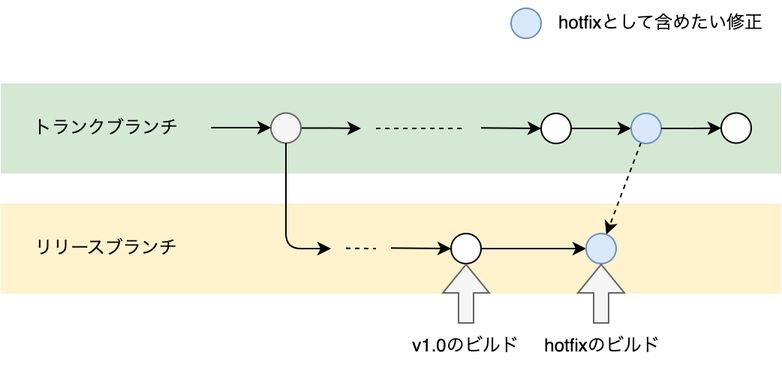
Earlier version of the draw.io export images/mobile-trunk-based-release-strategy/trunk-based-hotfix-release.png (shotaIDE/zenn). Source tidied: cells renumbered, new cells last; positions are measured from the earlier drawing's top-left corner, leaving out a move shared by most shapes. The source it was exported from:
```xml
<mxGraphModel>
  <root>
    <mxCell id="0" />
    <mxCell id="1" parent="0" />
    <mxCell id="2" style="rounded=0;whiteSpace=wrap;html=1;fillColor=#fff2cc;strokeColor=none;" parent="1" vertex="1">
      <mxGeometry y="135" width="520" height="60" as="geometry" />
    </mxCell>
    <mxCell id="3" style="rounded=0;whiteSpace=wrap;html=1;fillColor=#d5e8d4;strokeColor=none;" parent="1" vertex="1">
      <mxGeometry y="55" width="520" height="60" as="geometry" />
    </mxCell>
    <mxCell id="4" style="edgeStyle=orthogonalEdgeStyle;rounded=0;jettySize=auto;html=1;entryX=0;entryY=0.5;entryDx=0;entryDy=0;" parent="1" edge="1" source="5">
      <mxGeometry relative="1" as="geometry">
        <mxPoint x="240" y="85" as="targetPoint" />
      </mxGeometry>
    </mxCell>
    <mxCell id="5" style="ellipse;whiteSpace=wrap;html=1;fillColor=#f5f5f5;fontColor=#333333;strokeColor=#666666;" parent="1" vertex="1">
      <mxGeometry x="180" y="74.8" width="20" height="20" as="geometry" />
    </mxCell>
    <mxCell id="6" value="トランクブランチ" style="text;html=1;strokeColor=none;fillColor=none;align=center;verticalAlign=middle;whiteSpace=wrap;rounded=0;" parent="1" vertex="1">
      <mxGeometry x="14.5" y="73.8" width="111" height="22.5" as="geometry" />
    </mxCell>
    <mxCell id="7" value="リリースブランチ" style="text;html=1;strokeColor=none;fillColor=none;align=center;verticalAlign=middle;whiteSpace=wrap;rounded=0;" parent="1" vertex="1">
      <mxGeometry x="19.5" y="155" width="101" height="20" as="geometry" />
    </mxCell>
    <mxCell id="8" style="edgeStyle=orthogonalEdgeStyle;rounded=0;orthogonalLoop=1;jettySize=auto;html=1;" parent="1" edge="1">
      <mxGeometry relative="1" as="geometry">
        <mxPoint x="140" y="84.5" as="sourcePoint" />
        <mxPoint x="180" y="84.5" as="targetPoint" />
        <Array as="points">
          <mxPoint x="150" y="84.5" />
          <mxPoint x="150" y="84.5" />
        </Array>
      </mxGeometry>
    </mxCell>
    <mxCell id="9" style="edgeStyle=orthogonalEdgeStyle;rounded=0;jettySize=auto;html=1;entryX=0;entryY=0.5;entryDx=0;entryDy=0;" parent="1" edge="1" source="10" target="12">
      <mxGeometry relative="1" as="geometry" />
    </mxCell>
    <mxCell id="10" style="ellipse;whiteSpace=wrap;html=1;" parent="1" vertex="1">
      <mxGeometry x="360" y="75" width="20" height="20" as="geometry" />
    </mxCell>
    <mxCell id="11" style="rounded=0;jettySize=auto;html=1;dashed=1;" parent="1" edge="1" source="12" target="17">
      <mxGeometry relative="1" as="geometry" />
    </mxCell>
    <mxCell id="12" style="ellipse;whiteSpace=wrap;html=1;fillColor=#dae8fc;strokeColor=#6c8ebf;" parent="1" vertex="1">
      <mxGeometry x="420" y="75" width="20" height="20" as="geometry" />
    </mxCell>
    <mxCell id="13" style="ellipse;whiteSpace=wrap;html=1;" parent="1" vertex="1">
      <mxGeometry x="480" y="74.8" width="20" height="20" as="geometry" />
    </mxCell>
    <mxCell id="14" style="edgeStyle=orthogonalEdgeStyle;rounded=0;jettySize=auto;html=1;entryX=0;entryY=0.5;entryDx=0;entryDy=0;" parent="1" edge="1" source="12" target="13">
      <mxGeometry relative="1" as="geometry" />
    </mxCell>
    <mxCell id="15" style="edgeStyle=orthogonalEdgeStyle;rounded=0;jettySize=auto;html=1;" parent="1" edge="1" source="16" target="17">
      <mxGeometry relative="1" as="geometry" />
    </mxCell>
    <mxCell id="16" style="ellipse;whiteSpace=wrap;html=1;" parent="1" vertex="1">
      <mxGeometry x="300" y="155" width="20" height="20" as="geometry" />
    </mxCell>
    <mxCell id="17" style="ellipse;whiteSpace=wrap;html=1;fillColor=#dae8fc;strokeColor=#6c8ebf;" parent="1" vertex="1">
      <mxGeometry x="390" y="155" width="20" height="20" as="geometry" />
    </mxCell>
    <mxCell id="18" style="ellipse;whiteSpace=wrap;html=1;fillColor=#dae8fc;strokeColor=#6c8ebf;" parent="1" vertex="1">
      <mxGeometry x="340" y="5" width="20" height="20" as="geometry" />
    </mxCell>
    <mxCell id="19" value="hotfixとして含めたい修正" style="text;html=1;align=center;verticalAlign=middle;whiteSpace=wrap;rounded=0;" parent="1" vertex="1">
      <mxGeometry x="360" width="160" height="30" as="geometry" />
    </mxCell>
    <mxCell id="20" style="shape=flexArrow;endArrow=classic;html=1;rounded=0;fillColor=#f5f5f5;strokeColor=#666666;" parent="1" edge="1">
      <mxGeometry relative="1" as="geometry">
        <mxPoint x="310" y="215" as="sourcePoint" />
        <mxPoint x="310" y="175" as="targetPoint" />
      </mxGeometry>
    </mxCell>
    <mxCell id="21" value="v1.0のビルド" style="text;html=1;align=center;verticalAlign=middle;whiteSpace=wrap;rounded=0;fontFamily=Helvetica;fontSize=12;fontColor=default;" parent="1" vertex="1">
      <mxGeometry x="265" y="215" width="90" height="30" as="geometry" />
    </mxCell>
    <mxCell id="22" style="shape=flexArrow;endArrow=classic;html=1;rounded=0;fillColor=#f5f5f5;strokeColor=#666666;" parent="1" edge="1">
      <mxGeometry relative="1" as="geometry">
        <mxPoint x="400" y="215" as="sourcePoint" />
        <mxPoint x="400" y="175" as="targetPoint" />
      </mxGeometry>
    </mxCell>
    <mxCell id="23" value="hotfixのビルド" style="text;html=1;align=center;verticalAlign=middle;whiteSpace=wrap;rounded=0;fontFamily=Helvetica;fontSize=12;fontColor=default;" parent="1" vertex="1">
      <mxGeometry x="351" y="215" width="100" height="30" as="geometry" />
    </mxCell>
    <mxCell id="24" style="endArrow=none;html=1;rounded=0;dashed=1;endFill=0;" parent="1" edge="1">
      <mxGeometry relative="1" as="geometry">
        <mxPoint x="250" y="85" as="sourcePoint" />
        <mxPoint x="310" y="85" as="targetPoint" />
      </mxGeometry>
    </mxCell>
    <mxCell id="25" style="endArrow=classic;html=1;rounded=0;entryX=0;entryY=0.5;entryDx=0;entryDy=0;" parent="1" edge="1" target="10">
      <mxGeometry relative="1" as="geometry">
        <mxPoint x="320" y="84.6" as="sourcePoint" />
      </mxGeometry>
    </mxCell>
    <mxCell id="26" style="endArrow=none;html=1;rounded=0;dashed=1;endFill=0;" parent="1" edge="1">
      <mxGeometry relative="1" as="geometry">
        <mxPoint x="230" y="164.8" as="sourcePoint" />
        <mxPoint x="250" y="165" as="targetPoint" />
      </mxGeometry>
    </mxCell>
    <mxCell id="27" style="edgeStyle=orthogonalEdgeStyle;rounded=1;jettySize=auto;html=1;curved=0;" parent="1" edge="1" source="5">
      <mxGeometry relative="1" as="geometry">
        <mxPoint x="220" y="165" as="targetPoint" />
        <Array as="points">
          <mxPoint x="190" y="165" />
          <mxPoint x="210" y="165" />
        </Array>
      </mxGeometry>
    </mxCell>
    <mxCell id="28" style="endArrow=classic;html=1;rounded=0;entryX=0;entryY=0.5;entryDx=0;entryDy=0;" parent="1" edge="1" target="16">
      <mxGeometry relative="1" as="geometry">
        <mxPoint x="260" y="164.6" as="sourcePoint" />
      </mxGeometry>
    </mxCell>
  </root>
</mxGraphModel>
```
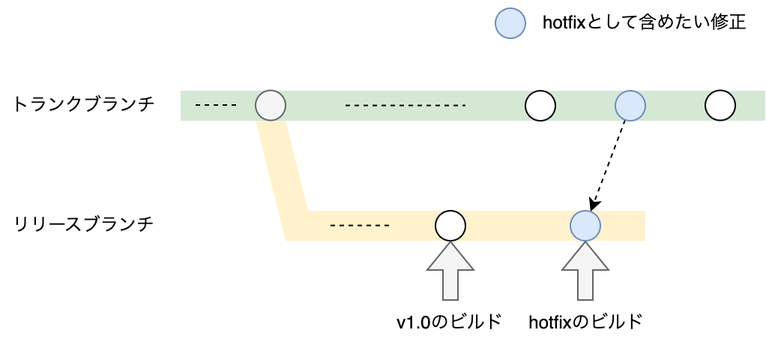
Later version of the same file.

What changed in the source:
```diff
@@ -2,117 +2,86 @@
   <root>
     <mxCell id="0" />
     <mxCell id="1" parent="0" />
-    <mxCell id="2" style="rounded=0;whiteSpace=wrap;html=1;fillColor=#fff2cc;strokeColor=none;" parent="1" vertex="1">
-      <mxGeometry y="135" width="520" height="60" as="geometry" />
+    <mxCell id="2" style="group;" parent="1" vertex="1">
+      <mxGeometry x="180" y="94.8" width="260" height="80.2" as="geometry" />
     </mxCell>
-    <mxCell id="3" style="rounded=0;whiteSpace=wrap;html=1;fillColor=#d5e8d4;strokeColor=none;" parent="1" vertex="1">
-      <mxGeometry y="55" width="520" height="60" as="geometry" />
+    <mxCell id="3" style="rounded=0;whiteSpace=wrap;html=1;fillColor=#fff2cc;strokeColor=none;" parent="2" vertex="1">
+      <mxGeometry x="30" y="60.2" width="230" height="20" as="geometry" />
     </mxCell>
-    <mxCell id="4" style="edgeStyle=orthogonalEdgeStyle;rounded=0;jettySize=auto;html=1;entryX=0;entryY=0.5;entryDx=0;entryDy=0;" parent="1" edge="1" source="5">
-      <mxGeometry relative="1" as="geometry">
-        <mxPoint x="240" y="85" as="targetPoint" />
-      </mxGeometry>
+    <mxCell id="4" style="shape=parallelogram;perimeter=parallelogramPerimeter;whiteSpace=wrap;html=1;fixedSize=1;fillColor=#fff2cc;strokeColor=none;flipH=1;" parent="2" vertex="1">
+      <mxGeometry width="40" height="80.2" as="geometry" />
     </mxCell>
-    <mxCell id="5" style="ellipse;whiteSpace=wrap;html=1;fillColor=#f5f5f5;fontColor=#333333;strokeColor=#666666;" parent="1" vertex="1">
-      <mxGeometry x="180" y="74.8" width="20" height="20" as="geometry" />
+    <mxCell id="5" style="rounded=0;whiteSpace=wrap;html=1;fillColor=#d5e8d4;strokeColor=none;" parent="1" vertex="1">
+      <mxGeometry x="130" y="75" width="390" height="20" as="geometry" />
     </mxCell>
-    <mxCell id="6" value="トランクブランチ" style="text;html=1;strokeColor=none;fillColor=none;align=center;verticalAlign=middle;whiteSpace=wrap;rounded=0;" parent="1" vertex="1">
-      <mxGeometry x="14.5" y="73.8" width="111" height="22.5" as="geometry" />
+    <mxCell id="6" style="ellipse;whiteSpace=wrap;html=1;fillColor=#f5f5f5;fontColor=#333333;strokeColor=#666666;" parent="1" vertex="1">
+      <mxGeometry x="180" y="74.8" width="20" height="20" as="geometry" />
     </mxCell>
-    <mxCell id="7" value="リリースブランチ" style="text;html=1;strokeColor=none;fillColor=none;align=center;verticalAlign=middle;whiteSpace=wrap;rounded=0;" parent="1" vertex="1">
-      <mxGeometry x="19.5" y="155" width="101" height="20" as="geometry" />
+    <mxCell id="7" value="トランクブランチ" style="text;html=1;strokeColor=none;fillColor=none;align=center;verticalAlign=middle;whiteSpace=wrap;rounded=0;" parent="1" vertex="1">
+      <mxGeometry x="9.5" y="73.8" width="111" height="22.5" as="geometry" />
     </mxCell>
-    <mxCell id="8" style="edgeStyle=orthogonalEdgeStyle;rounded=0;orthogonalLoop=1;jettySize=auto;html=1;" parent="1" edge="1">
-      <mxGeometry relative="1" as="geometry">
-        <mxPoint x="140" y="84.5" as="sourcePoint" />
-        <mxPoint x="180" y="84.5" as="targetPoint" />
-        <Array as="points">
-          <mxPoint x="150" y="84.5" />
-          <mxPoint x="150" y="84.5" />
-        </Array>
-      </mxGeometry>
+    <mxCell id="8" value="リリースブランチ" style="text;html=1;strokeColor=none;fillColor=none;align=center;verticalAlign=middle;whiteSpace=wrap;rounded=0;" parent="1" vertex="1">
+      <mxGeometry x="14.5" y="155" width="101" height="20" as="geometry" />
     </mxCell>
-    <mxCell id="9" style="edgeStyle=orthogonalEdgeStyle;rounded=0;jettySize=auto;html=1;entryX=0;entryY=0.5;entryDx=0;entryDy=0;" parent="1" edge="1" source="10" target="12">
-      <mxGeometry relative="1" as="geometry" />
+    <mxCell id="9" style="ellipse;whiteSpace=wrap;html=1;" parent="1" vertex="1">
+      <mxGeometry x="360" y="75" width="20" height="20" as="geometry" />
     </mxCell>
-    <mxCell id="10" style="ellipse;whiteSpace=wrap;html=1;" parent="1" vertex="1">
-      <mxGeometry x="360" y="75" width="20" height="20" as="geometry" />
+    <mxCell id="10" style="rounded=0;jettySize=auto;html=1;dashed=1;" parent="1" edge="1" source="11" target="14">
+      <mxGeometry relative="1" as="geometry" />
     </mxCell>
-    <mxCell id="11" style="rounded=0;jettySize=auto;html=1;dashed=1;" parent="1" edge="1" source="12" target="17">
-      <mxGeometry relative="1" as="geometry" />
+    <mxCell id="11" style="ellipse;whiteSpace=wrap;html=1;fillColor=#dae8fc;strokeColor=#6c8ebf;" parent="1" vertex="1">
+      <mxGeometry x="420" y="75" width="20" height="20" as="geometry" />
     </mxCell>
-    <mxCell id="12" style="ellipse;whiteSpace=wrap;html=1;fillColor=#dae8fc;strokeColor=#6c8ebf;" parent="1" vertex="1">
-      <mxGeometry x="420" y="75" width="20" height="20" as="geometry" />
+    <mxCell id="12" style="ellipse;whiteSpace=wrap;html=1;" parent="1" vertex="1">
+      <mxGeometry x="480" y="74.8" width="20" height="20" as="geometry" />
     </mxCell>
     <mxCell id="13" style="ellipse;whiteSpace=wrap;html=1;" parent="1" vertex="1">
-      <mxGeometry x="480" y="74.8" width="20" height="20" as="geometry" />
+      <mxGeometry x="300" y="155" width="20" height="20" as="geometry" />
     </mxCell>
-    <mxCell id="14" style="edgeStyle=orthogonalEdgeStyle;rounded=0;jettySize=auto;html=1;entryX=0;entryY=0.5;entryDx=0;entryDy=0;" parent="1" edge="1" source="12" target="13">
-      <mxGeometry relative="1" as="geometry" />
+    <mxCell id="14" style="ellipse;whiteSpace=wrap;html=1;fillColor=#dae8fc;strokeColor=#6c8ebf;" parent="1" vertex="1">
+      <mxGeometry x="390" y="155" width="20" height="20" as="geometry" />
     </mxCell>
-    <mxCell id="15" style="edgeStyle=orthogonalEdgeStyle;rounded=0;jettySize=auto;html=1;" parent="1" edge="1" source="16" target="17">
-      <mxGeometry relative="1" as="geometry" />
+    <mxCell id="15" style="ellipse;whiteSpace=wrap;html=1;fillColor=#dae8fc;strokeColor=#6c8ebf;" parent="1" vertex="1">
+      <mxGeometry x="340" y="20" width="20" height="20" as="geometry" />
     </mxCell>
-    <mxCell id="16" style="ellipse;whiteSpace=wrap;html=1;" parent="1" vertex="1">
-      <mxGeometry x="300" y="155" width="20" height="20" as="geometry" />
+    <mxCell id="16" value="hotfixとして含めたい修正" style="text;html=1;align=center;verticalAlign=middle;whiteSpace=wrap;rounded=0;" parent="1" vertex="1">
+      <mxGeometry x="360" y="15" width="160" height="30" as="geometry" />
     </mxCell>
-    <mxCell id="17" style="ellipse;whiteSpace=wrap;html=1;fillColor=#dae8fc;strokeColor=#6c8ebf;" parent="1" vertex="1">
-      <mxGeometry x="390" y="155" width="20" height="20" as="geometry" />
+    <mxCell id="17" style="shape=flexArrow;endArrow=classic;html=1;rounded=0;fillColor=#f5f5f5;strokeColor=#666666;" parent="1" edge="1">
+      <mxGeometry relative="1" as="geometry">
+        <mxPoint x="310" y="215" as="sourcePoint" />
+        <mxPoint x="310" y="175" as="targetPoint" />
+      </mxGeometry>
     </mxCell>
-    <mxCell id="18" style="ellipse;whiteSpace=wrap;html=1;fillColor=#dae8fc;strokeColor=#6c8ebf;" parent="1" vertex="1">
-      <mxGeometry x="340" y="5" width="20" height="20" as="geometry" />
+    <mxCell id="18" value="v1.0のビルド" style="text;html=1;align=center;verticalAlign=middle;whiteSpace=wrap;rounded=0;fontFamily=Helvetica;fontSize=12;fontColor=default;" parent="1" vertex="1">
+      <mxGeometry x="265" y="215" width="90" height="30" as="geometry" />
     </mxCell>
-    <mxCell id="19" value="hotfixとして含めたい修正" style="text;html=1;align=center;verticalAlign=middle;whiteSpace=wrap;rounded=0;" parent="1" vertex="1">
-      <mxGeometry x="360" width="160" height="30" as="geometry" />
+    <mxCell id="19" style="shape=flexArrow;endArrow=classic;html=1;rounded=0;fillColor=#f5f5f5;strokeColor=#666666;" parent="1" edge="1">
+      <mxGeometry relative="1" as="geometry">
+        <mxPoint x="400" y="215" as="sourcePoint" />
+        <mxPoint x="400" y="175" as="targetPoint" />
+      </mxGeometry>
     </mxCell>
-    <mxCell id="20" style="shape=flexArrow;endArrow=classic;html=1;rounded=0;fillColor=#f5f5f5;strokeColor=#666666;" parent="1" edge="1">
-      <mxGeometry relative="1" as="geometry">
-        <mxPoint x="310" y="215" as="sourcePoint" />
-        <mxPoint x="310" y="175" as="targetPoint" />
-      </mxGeometry>
+    <mxCell id="20" value="hotfixのビルド" style="text;html=1;align=center;verticalAlign=middle;whiteSpace=wrap;rounded=0;fontFamily=Helvetica;fontSize=12;fontColor=default;" parent="1" vertex="1">
+      <mxGeometry x="351" y="215" width="100" height="30" as="geometry" />
     </mxCell>
-    <mxCell id="21" value="v1.0のビルド" style="text;html=1;align=center;verticalAlign=middle;whiteSpace=wrap;rounded=0;fontFamily=Helvetica;fontSize=12;fontColor=default;" parent="1" vertex="1">
-      <mxGeometry x="265" y="215" width="90" height="30" as="geometry" />
+    <mxCell id="21" style="endArrow=none;html=1;rounded=0;dashed=1;endFill=0;" parent="1" edge="1">
+      <mxGeometry relative="1" as="geometry">
+        <mxPoint x="240" y="84.8" as="sourcePoint" />
+        <mxPoint x="320" y="84.8" as="targetPoint" />
+      </mxGeometry>
     </mxCell>
-    <mxCell id="22" style="shape=flexArrow;endArrow=classic;html=1;rounded=0;fillColor=#f5f5f5;strokeColor=#666666;" parent="1" edge="1">
+    <mxCell id="22" style="endArrow=none;html=1;rounded=0;dashed=1;endFill=0;" parent="1" edge="1">
       <mxGeometry relative="1" as="geometry">
-        <mxPoint x="400" y="215" as="sourcePoint" />
-        <mxPoint x="400" y="175" as="targetPoint" />
+        <mxPoint x="230" y="164.8" as="sourcePoint" />
+        <mxPoint x="270" y="164.8" as="targetPoint" />
       </mxGeometry>
     </mxCell>
-    <mxCell id="23" value="hotfixのビルド" style="text;html=1;align=center;verticalAlign=middle;whiteSpace=wrap;rounded=0;fontFamily=Helvetica;fontSize=12;fontColor=default;" parent="1" vertex="1">
-      <mxGeometry x="351" y="215" width="100" height="30" as="geometry" />
+    <mxCell id="23" style="endArrow=none;html=1;rounded=0;dashed=1;endFill=0;" parent="1" edge="1">
+      <mxGeometry relative="1" as="geometry">
+        <mxPoint x="140" y="84.5" as="sourcePoint" />
+        <mxPoint x="170" y="84.5" as="targetPoint" />
+      </mxGeometry>
     </mxCell>
-    <mxCell id="24" style="endArrow=none;html=1;rounded=0;dashed=1;endFill=0;" parent="1" edge="1">
-      <mxGeometry relative="1" as="geometry">
-        <mxPoint x="250" y="85" as="sourcePoint" />
-        <mxPoint x="310" y="85" as="targetPoint" />
-      </mxGeometry>
-    </mxCell>
-    <mxCell id="25" style="endArrow=classic;html=1;rounded=0;entryX=0;entryY=0.5;entryDx=0;entryDy=0;" parent="1" edge="1" target="10">
-      <mxGeometry relative="1" as="geometry">
-        <mxPoint x="320" y="84.6" as="sourcePoint" />
-      </mxGeometry>
-    </mxCell>
-    <mxCell id="26" style="endArrow=none;html=1;rounded=0;dashed=1;endFill=0;" parent="1" edge="1">
-      <mxGeometry relative="1" as="geometry">
-        <mxPoint x="230" y="164.8" as="sourcePoint" />
-        <mxPoint x="250" y="165" as="targetPoint" />
-      </mxGeometry>
-    </mxCell>
-    <mxCell id="27" style="edgeStyle=orthogonalEdgeStyle;rounded=1;jettySize=auto;html=1;curved=0;" parent="1" edge="1" source="5">
-      <mxGeometry relative="1" as="geometry">
-        <mxPoint x="220" y="165" as="targetPoint" />
-        <Array as="points">
-          <mxPoint x="190" y="165" />
-          <mxPoint x="210" y="165" />
-        </Array>
-      </mxGeometry>
-    </mxCell>
-    <mxCell id="28" style="endArrow=classic;html=1;rounded=0;entryX=0;entryY=0.5;entryDx=0;entryDy=0;" parent="1" edge="1" target="16">
-      <mxGeometry relative="1" as="geometry">
-        <mxPoint x="260" y="164.6" as="sourcePoint" />
-      </mxGeometry>
-    </mxCell>
   </root>
 </mxGraphModel>
```
